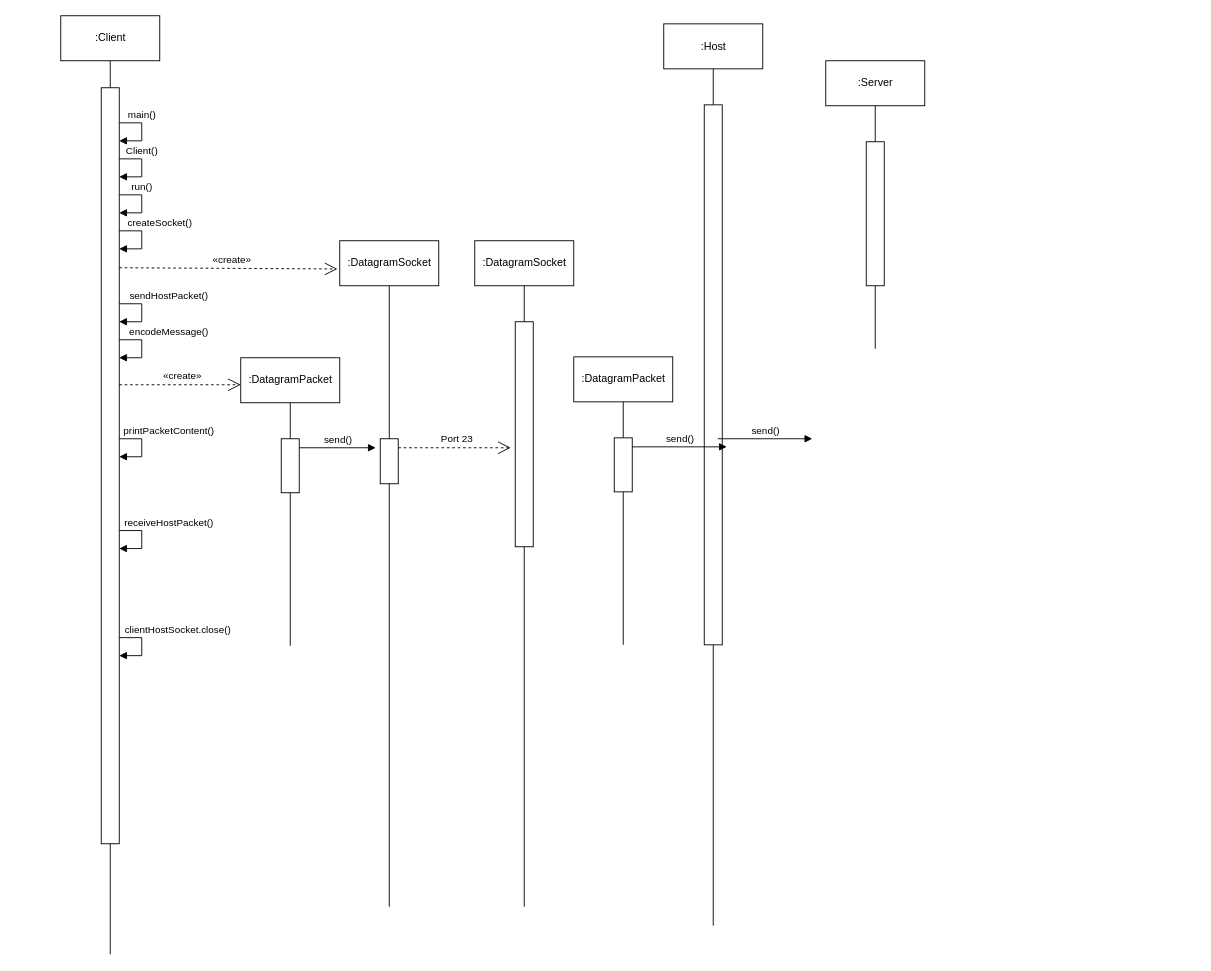
Above: page "UML-sequence" (2 of 2) of UML-A2.drawio in trong0dn/Client-Intermediate-Server (draw.io), before the change. Source tidied: cells renumbered, new cells numbered last; positions are measured from the earlier drawing's top-left corner, leaving out a move shared by most shapes. Both pictures are drawn from the tidied source at 90%, with x=0, y=0 at pixel (60, 15).
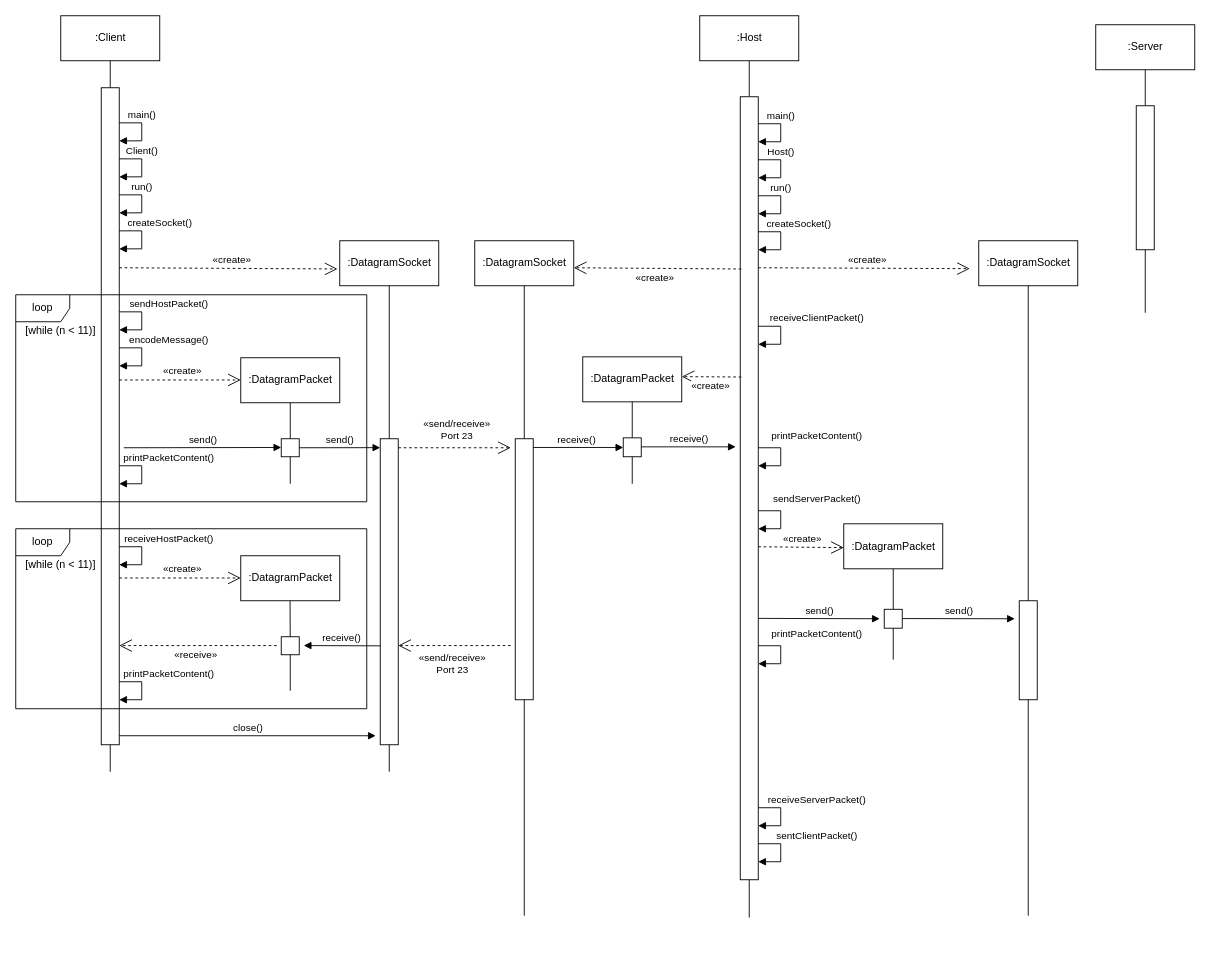
The same page after the edit.

The edit, as a diff of the source:
```diff
@@
     <mxCell id="4" style="rounded=0;whiteSpace=wrap;html=1;" parent="1" vertex="1">
-      <mxGeometry x="45" y="80" width="20" height="840" as="geometry" />
+      <mxGeometry x="45" y="80" width="20" height="730" as="geometry" />
     </mxCell>
     <mxCell id="5" style="endArrow=none;html=1;rounded=0;" parent="1" edge="1" source="4">
       <mxGeometry relative="1" as="geometry">
-        <mxPoint x="55" y="1042.8" as="targetPoint" />
+        <mxPoint x="55" y="840" as="targetPoint" />
       </mxGeometry>
     </mxCell>
@@
     <mxCell id="8" style="rounded=0;whiteSpace=wrap;html=1;" parent="1" vertex="1">
-      <mxGeometry x="355" y="470" width="20" height="50" as="geometry" />
+      <mxGeometry x="355" y="470" width="20" height="340" as="geometry" />
     </mxCell>
     <mxCell id="9" style="endArrow=none;html=1;rounded=0;" parent="1" edge="1" source="8">
       <mxGeometry relative="1" as="geometry">
-        <mxPoint x="365" y="990" as="targetPoint" />
+        <mxPoint x="365" y="840" as="targetPoint" />
       </mxGeometry>
     </mxCell>
     <mxCell id="10" value=":Server" style="html=1;" parent="1" vertex="1">
-      <mxGeometry x="850" y="50" width="110" height="50" as="geometry" />
+      <mxGeometry x="1150" y="10" width="110" height="50" as="geometry" />
     </mxCell>
@@
     <mxCell id="12" style="rounded=0;whiteSpace=wrap;html=1;" parent="1" vertex="1">
-      <mxGeometry x="895" y="140" width="20" height="160" as="geometry" />
+      <mxGeometry x="1195" y="100" width="20" height="160" as="geometry" />
     </mxCell>
     <mxCell id="13" style="endArrow=none;html=1;rounded=0;" parent="1" edge="1" source="12">
       <mxGeometry relative="1" as="geometry">
-        <mxPoint x="905" y="370" as="targetPoint" />
+        <mxPoint x="1205" y="330" as="targetPoint" />
       </mxGeometry>
     </mxCell>
@@
     <mxCell id="18" value="sendHostPacket()" style="html=1;verticalAlign=bottom;endArrow=block;rounded=0;" parent="1" edge="1">
       <mxGeometry x="-0.29" y="30" relative="1" as="geometry">
-        <mxPoint x="65" y="320" as="sourcePoint" />
-        <mxPoint x="65" y="340" as="targetPoint" />
+        <mxPoint x="65" y="329" as="sourcePoint" />
+        <mxPoint x="65" y="349" as="targetPoint" />
         <Array as="points">
-          <mxPoint x="90" y="320" />
-          <mxPoint x="90" y="340" />
+          <mxPoint x="90" y="329" />
+          <mxPoint x="90" y="349" />
         </Array>
       </mxGeometry>
     </mxCell>
     <mxCell id="19" value="receiveHostPacket()" style="html=1;verticalAlign=bottom;endArrow=block;rounded=0;" parent="1" edge="1">
       <mxGeometry x="-0.29" y="30" relative="1" as="geometry">
-        <mxPoint x="65" y="572" as="sourcePoint" />
-        <mxPoint x="65" y="592" as="targetPoint" />
+        <mxPoint x="65" y="590" as="sourcePoint" />
+        <mxPoint x="65" y="610" as="targetPoint" />
         <Array as="points">
-          <mxPoint x="90" y="572" />
-          <mxPoint x="90" y="592" />
+          <mxPoint x="90" y="590" />
+          <mxPoint x="90" y="610" />
         </Array>
       </mxGeometry>
     </mxCell>
-    <mxCell id="20" value="clientHostSocket.close()" style="html=1;verticalAlign=bottom;endArrow=block;rounded=0;" parent="1" edge="1">
-      <mxGeometry x="-0.29" y="40" relative="1" as="geometry">
-        <mxPoint x="65" y="691" as="sourcePoint" />
-        <mxPoint x="65" y="711" as="targetPoint" />
-        <Array as="points">
-          <mxPoint x="90" y="691" />
-          <mxPoint x="90" y="711" />
-        </Array>
-      </mxGeometry>
-    </mxCell>
     <mxCell id="21" value="encodeMessage()" style="html=1;verticalAlign=bottom;endArrow=block;rounded=0;" parent="1" edge="1">
       <mxGeometry x="-0.29" y="30" relative="1" as="geometry">
-        <mxPoint x="65" y="360" as="sourcePoint" />
-        <mxPoint x="65" y="380" as="targetPoint" />
+        <mxPoint x="65" y="369" as="sourcePoint" />
+        <mxPoint x="65" y="389" as="targetPoint" />
         <Array as="points">
-          <mxPoint x="90" y="360" />
-          <mxPoint x="90" y="380" />
+          <mxPoint x="90" y="369" />
+          <mxPoint x="90" y="389" />
         </Array>
       </mxGeometry>
     </mxCell>
     <mxCell id="22" value=":Host" style="html=1;" parent="1" vertex="1">
-      <mxGeometry x="670" y="9" width="110" height="50" as="geometry" />
+      <mxGeometry x="710" width="110" height="50" as="geometry" />
     </mxCell>
@@
     <mxCell id="24" style="rounded=0;whiteSpace=wrap;html=1;" parent="1" vertex="1">
-      <mxGeometry x="715" y="99" width="20" height="600" as="geometry" />
+      <mxGeometry x="755" y="90" width="20" height="870" as="geometry" />
     </mxCell>
     <mxCell id="25" style="endArrow=none;html=1;rounded=0;" parent="1" edge="1" source="24">
       <mxGeometry relative="1" as="geometry">
-        <mxPoint x="725" y="1011" as="targetPoint" />
+        <mxPoint x="765" y="1002" as="targetPoint" />
       </mxGeometry>
     </mxCell>
@@
     <mxCell id="29" style="rounded=0;whiteSpace=wrap;html=1;" parent="1" vertex="1">
-      <mxGeometry x="245" y="470" width="20" height="60" as="geometry" />
+      <mxGeometry x="245" y="470" width="20" height="20" as="geometry" />
     </mxCell>
     <mxCell id="30" style="endArrow=none;html=1;rounded=0;" parent="1" edge="1" source="29">
       <mxGeometry relative="1" as="geometry">
-        <mxPoint x="255" y="700" as="targetPoint" />
+        <mxPoint x="255" y="520" as="targetPoint" />
       </mxGeometry>
     </mxCell>
     <mxCell id="31" value="«create»" style="endArrow=open;endSize=12;dashed=1;html=1;rounded=0;" parent="1" edge="1">
       <mxGeometry x="0.03" y="10" relative="1" as="geometry">
-        <mxPoint x="65" y="410" as="sourcePoint" />
-        <mxPoint x="200" y="410" as="targetPoint" />
+        <mxPoint x="65" y="404.7" as="sourcePoint" />
+        <mxPoint x="200" y="404.7" as="targetPoint" />
       </mxGeometry>
     </mxCell>
-    <mxCell id="32" value="send()" style="html=1;verticalAlign=bottom;endArrow=block;rounded=0;" parent="1" edge="1">
+    <mxCell id="32" value="send()" style="html=1;verticalAlign=bottom;endArrow=block;rounded=0;exitX=1;exitY=0.5;exitDx=0;exitDy=0;" parent="1" edge="1" source="29">
       <mxGeometry relative="1" as="geometry">
-        <mxPoint x="265" y="480" as="sourcePoint" />
-        <mxPoint x="350" y="480" as="targetPoint" />
+        <mxPoint x="355" y="479.9" as="targetPoint" />
       </mxGeometry>
     </mxCell>
     <mxCell id="33" value="printPacketContent()" style="html=1;verticalAlign=bottom;endArrow=block;rounded=0;" parent="1" edge="1">
       <mxGeometry x="-0.29" y="30" relative="1" as="geometry">
-        <mxPoint x="65" y="470" as="sourcePoint" />
-        <mxPoint x="65" y="490" as="targetPoint" />
+        <mxPoint x="65" y="500" as="sourcePoint" />
+        <mxPoint x="65" y="520" as="targetPoint" />
         <Array as="points">
-          <mxPoint x="90" y="470" />
-          <mxPoint x="90" y="490" />
+          <mxPoint x="90" y="500" />
+          <mxPoint x="90" y="520" />
         </Array>
       </mxGeometry>
     </mxCell>
-    <mxCell id="34" value="send()" style="html=1;verticalAlign=bottom;endArrow=block;rounded=0;" parent="1" edge="1">
+    <mxCell id="34" value="receive()" style="html=1;verticalAlign=bottom;endArrow=block;rounded=0;" parent="1" edge="1">
       <mxGeometry relative="1" as="geometry">
-        <mxPoint x="730" y="470" as="sourcePoint" />
-        <mxPoint x="835" y="470" as="targetPoint" />
+        <mxPoint x="520" y="479.7" as="sourcePoint" />
+        <mxPoint x="625" y="479.7" as="targetPoint" />
       </mxGeometry>
     </mxCell>
@@
     <mxCell id="36" style="rounded=0;whiteSpace=wrap;html=1;" parent="1" vertex="1">
-      <mxGeometry x="505" y="340" width="20" height="250" as="geometry" />
+      <mxGeometry x="505" y="470" width="20" height="290" as="geometry" />
     </mxCell>
     <mxCell id="37" style="endArrow=none;html=1;rounded=0;" parent="1" edge="1" source="36">
       <mxGeometry relative="1" as="geometry">
-        <mxPoint x="515" y="990" as="targetPoint" />
+        <mxPoint x="515" y="1000" as="targetPoint" />
       </mxGeometry>
     </mxCell>
@@
     <mxCell id="39" value=":DatagramPacket" style="html=1;" parent="1" vertex="1">
-      <mxGeometry x="570" y="379" width="110" height="50" as="geometry" />
+      <mxGeometry x="580" y="379" width="110" height="50" as="geometry" />
     </mxCell>
@@
     <mxCell id="41" style="rounded=0;whiteSpace=wrap;html=1;" parent="1" vertex="1">
-      <mxGeometry x="615" y="469" width="20" height="60" as="geometry" />
+      <mxGeometry x="625" y="469" width="20" height="21" as="geometry" />
     </mxCell>
     <mxCell id="42" style="endArrow=none;html=1;rounded=0;" parent="1" edge="1" source="41">
       <mxGeometry relative="1" as="geometry">
-        <mxPoint x="625" y="699" as="targetPoint" />
+        <mxPoint x="635" y="520" as="targetPoint" />
       </mxGeometry>
     </mxCell>
-    <mxCell id="43" value="send()" style="html=1;verticalAlign=bottom;endArrow=block;rounded=0;" parent="1" edge="1">
+    <mxCell id="43" value="receive()" style="html=1;verticalAlign=bottom;endArrow=block;rounded=0;" parent="1" edge="1">
       <mxGeometry relative="1" as="geometry">
-        <mxPoint x="635" y="479" as="sourcePoint" />
-        <mxPoint x="740" y="479" as="targetPoint" />
+        <mxPoint x="645" y="479" as="sourcePoint" />
+        <mxPoint x="750" y="479" as="targetPoint" />
       </mxGeometry>
     </mxCell>
-    <mxCell id="44" value="Port 23" style="endArrow=open;endSize=12;dashed=1;html=1;rounded=0;" parent="1" edge="1">
-      <mxGeometry x="0.04" y="10" relative="1" as="geometry">
+    <mxCell id="44" value="«send/receive»&lt;br&gt;Port 23" style="endArrow=open;endSize=12;dashed=1;html=1;rounded=0;" parent="1" edge="1">
+      <mxGeometry x="0.04" y="20" relative="1" as="geometry">
         <mxPoint x="375" y="480" as="sourcePoint" />
         <mxPoint x="500" y="480" as="targetPoint" />
       </mxGeometry>
     </mxCell>
+    <mxCell id="45" value="«send/receive»&lt;br&gt;Port 23" style="endArrow=open;endSize=12;dashed=1;html=1;rounded=0;" parent="1" edge="1">
+      <mxGeometry x="0.04" y="20" relative="1" as="geometry">
+        <mxPoint x="500" y="699.8" as="sourcePoint" />
+        <mxPoint x="375" y="699.8" as="targetPoint" />
+      </mxGeometry>
+    </mxCell>
+    <mxCell id="46" style="rounded=0;whiteSpace=wrap;html=1;" parent="1" vertex="1">
+      <mxGeometry x="245" y="690" width="20" height="20" as="geometry" />
+    </mxCell>
+    <mxCell id="47" style="endArrow=none;html=1;rounded=0;" parent="1" edge="1" source="46">
+      <mxGeometry relative="1" as="geometry">
+        <mxPoint x="255" y="750" as="targetPoint" />
+      </mxGeometry>
+    </mxCell>
+    <mxCell id="48" value="receive()" style="html=1;verticalAlign=bottom;endArrow=block;rounded=0;" parent="1" edge="1">
+      <mxGeometry relative="1" as="geometry">
+        <mxPoint x="355" y="700.1" as="sourcePoint" />
+        <mxPoint x="270" y="699.8" as="targetPoint" />
+      </mxGeometry>
+    </mxCell>
+    <mxCell id="49" value="«receive»" style="endArrow=open;endSize=12;dashed=1;html=1;rounded=0;" parent="1" edge="1">
+      <mxGeometry x="0.03" y="10" relative="1" as="geometry">
+        <mxPoint x="240" y="699.8" as="sourcePoint" />
+        <mxPoint x="65" y="699.8" as="targetPoint" />
+      </mxGeometry>
+    </mxCell>
+    <mxCell id="50" value="printPacketContent()" style="html=1;verticalAlign=bottom;endArrow=block;rounded=0;" parent="1" edge="1">
+      <mxGeometry x="-0.29" y="30" relative="1" as="geometry">
+        <mxPoint x="65" y="740" as="sourcePoint" />
+        <mxPoint x="65" y="760" as="targetPoint" />
+        <Array as="points">
+          <mxPoint x="90" y="740" />
+          <mxPoint x="90" y="760" />
+        </Array>
+      </mxGeometry>
+    </mxCell>
+    <mxCell id="51" value="loop" style="shape=umlFrame;whiteSpace=wrap;html=1;" parent="1" vertex="1">
+      <mxGeometry x="-50" y="310" width="390" height="230" as="geometry" />
+    </mxCell>
+    <mxCell id="52" value="send()" style="html=1;verticalAlign=bottom;endArrow=block;rounded=0;" parent="1" edge="1">
+      <mxGeometry relative="1" as="geometry">
+        <mxPoint x="70" y="480" as="sourcePoint" />
+        <mxPoint x="245" y="479.7" as="targetPoint" />
+      </mxGeometry>
+    </mxCell>
+    <mxCell id="53" value="[while (n &amp;lt; 11)]" style="text;html=1;strokeColor=none;fillColor=none;align=center;verticalAlign=middle;whiteSpace=wrap;rounded=0;" parent="1" vertex="1">
+      <mxGeometry x="-45" y="335" width="90" height="30" as="geometry" />
+    </mxCell>
+    <mxCell id="54" value="loop" style="shape=umlFrame;whiteSpace=wrap;html=1;" parent="1" vertex="1">
+      <mxGeometry x="-50" y="570" width="390" height="200" as="geometry" />
+    </mxCell>
+    <mxCell id="55" value="[while (n &amp;lt; 11)]" style="text;html=1;strokeColor=none;fillColor=none;align=center;verticalAlign=middle;whiteSpace=wrap;rounded=0;" parent="1" vertex="1">
+      <mxGeometry x="-45" y="595" width="90" height="30" as="geometry" />
+    </mxCell>
+    <mxCell id="56" value=":DatagramPacket" style="html=1;" parent="1" vertex="1">
+      <mxGeometry x="200" y="600" width="110" height="50" as="geometry" />
+    </mxCell>
+    <mxCell id="57" value="«create»" style="endArrow=open;endSize=12;dashed=1;html=1;rounded=0;" parent="1" edge="1">
+      <mxGeometry x="0.03" y="10" relative="1" as="geometry">
+        <mxPoint x="65" y="624.7" as="sourcePoint" />
+        <mxPoint x="200" y="624.7" as="targetPoint" />
+      </mxGeometry>
+    </mxCell>
+    <mxCell id="58" style="endArrow=none;html=1;rounded=0;" parent="1" edge="1" source="46">
+      <mxGeometry relative="1" as="geometry">
+        <mxPoint x="254.8" y="650" as="targetPoint" />
+      </mxGeometry>
+    </mxCell>
+    <mxCell id="59" value="close()" style="html=1;verticalAlign=bottom;endArrow=block;rounded=0;" parent="1" edge="1">
+      <mxGeometry relative="1" as="geometry">
+        <mxPoint x="65" y="800" as="sourcePoint" />
+        <mxPoint x="350" y="800" as="targetPoint" />
+      </mxGeometry>
+    </mxCell>
+    <mxCell id="60" value="main()" style="html=1;verticalAlign=bottom;endArrow=block;rounded=0;" parent="1" edge="1">
+      <mxGeometry x="-0.29" relative="1" as="geometry">
+        <mxPoint x="775" y="120" as="sourcePoint" />
+        <mxPoint x="775" y="140" as="targetPoint" />
+        <Array as="points">
+          <mxPoint x="800" y="120" />
+          <mxPoint x="800" y="140" />
+        </Array>
+      </mxGeometry>
+    </mxCell>
+    <mxCell id="61" value="Host()" style="html=1;verticalAlign=bottom;endArrow=block;rounded=0;" parent="1" edge="1">
+      <mxGeometry x="-0.29" relative="1" as="geometry">
+        <mxPoint x="775" y="160" as="sourcePoint" />
+        <mxPoint x="775" y="180" as="targetPoint" />
+        <Array as="points">
+          <mxPoint x="800" y="160" />
+          <mxPoint x="800" y="180" />
+        </Array>
+      </mxGeometry>
+    </mxCell>
+    <mxCell id="62" value="run()" style="html=1;verticalAlign=bottom;endArrow=block;rounded=0;" parent="1" edge="1">
+      <mxGeometry x="-0.28" relative="1" as="geometry">
+        <mxPoint x="775" y="200" as="sourcePoint" />
+        <mxPoint x="775" y="220" as="targetPoint" />
+        <Array as="points">
+          <mxPoint x="800" y="200" />
+          <mxPoint x="800" y="220" />
+        </Array>
+      </mxGeometry>
+    </mxCell>
+    <mxCell id="63" value="createSocket()" style="html=1;verticalAlign=bottom;endArrow=block;rounded=0;" parent="1" edge="1">
+      <mxGeometry x="-0.29" y="20" relative="1" as="geometry">
+        <mxPoint x="775" y="240" as="sourcePoint" />
+        <mxPoint x="775" y="260" as="targetPoint" />
+        <Array as="points">
+          <mxPoint x="800" y="240" />
+          <mxPoint x="800" y="260" />
+        </Array>
+      </mxGeometry>
+    </mxCell>
+    <mxCell id="64" value="«create»" style="endArrow=open;endSize=12;dashed=1;html=1;rounded=0;" parent="1" edge="1">
+      <mxGeometry x="0.03" y="10" relative="1" as="geometry">
+        <mxPoint x="756.2" y="281.4" as="sourcePoint" />
+        <mxPoint x="570" y="280" as="targetPoint" />
+      </mxGeometry>
+    </mxCell>
+    <mxCell id="65" value="receiveClientPacket()" style="html=1;verticalAlign=bottom;endArrow=block;rounded=0;" parent="1" edge="1">
+      <mxGeometry x="-0.29" y="40" relative="1" as="geometry">
+        <mxPoint x="775" y="345" as="sourcePoint" />
+        <mxPoint x="775" y="365" as="targetPoint" />
+        <Array as="points">
+          <mxPoint x="800" y="345" />
+          <mxPoint x="800" y="365" />
+        </Array>
+      </mxGeometry>
+    </mxCell>
+    <mxCell id="66" value="sendServerPacket()" style="html=1;verticalAlign=bottom;endArrow=block;rounded=0;" parent="1" edge="1">
+      <mxGeometry x="-0.29" y="40" relative="1" as="geometry">
+        <mxPoint x="775" y="550" as="sourcePoint" />
+        <mxPoint x="775" y="570" as="targetPoint" />
+        <Array as="points">
+          <mxPoint x="800" y="550" />
+          <mxPoint x="800" y="570" />
+        </Array>
+        <mxPoint y="-4" as="offset" />
+      </mxGeometry>
+    </mxCell>
+    <mxCell id="67" value="receiveServerPacket()" style="html=1;verticalAlign=bottom;endArrow=block;rounded=0;" parent="1" edge="1">
+      <mxGeometry x="-0.29" y="40" relative="1" as="geometry">
+        <mxPoint x="775" y="880" as="sourcePoint" />
+        <mxPoint x="775" y="900" as="targetPoint" />
+        <Array as="points">
+          <mxPoint x="800" y="880" />
+          <mxPoint x="800" y="900" />
+        </Array>
+      </mxGeometry>
+    </mxCell>
+    <mxCell id="68" value="sentClientPacket()" style="html=1;verticalAlign=bottom;endArrow=block;rounded=0;" parent="1" edge="1">
+      <mxGeometry x="-0.29" y="40" relative="1" as="geometry">
+        <mxPoint x="775" y="920" as="sourcePoint" />
+        <mxPoint x="775" y="940" as="targetPoint" />
+        <Array as="points">
+          <mxPoint x="800" y="920" />
+          <mxPoint x="800" y="940" />
+        </Array>
+      </mxGeometry>
+    </mxCell>
+    <mxCell id="69" value=":DatagramSocket" style="html=1;" parent="1" vertex="1">
+      <mxGeometry x="1020" y="250" width="110" height="50" as="geometry" />
+    </mxCell>
+    <mxCell id="70" style="rounded=0;whiteSpace=wrap;html=1;" parent="1" vertex="1">
+      <mxGeometry x="1065" y="650" width="20" height="110" as="geometry" />
+    </mxCell>
+    <mxCell id="71" style="endArrow=none;html=1;rounded=0;" parent="1" edge="1" source="70">
+      <mxGeometry relative="1" as="geometry">
+        <mxPoint x="1075" y="1000" as="targetPoint" />
+      </mxGeometry>
+    </mxCell>
+    <mxCell id="72" style="endArrow=none;html=1;rounded=0;" parent="1" edge="1" source="70" target="69">
+      <mxGeometry relative="1" as="geometry" />
+    </mxCell>
+    <mxCell id="73" value="«create»" style="endArrow=open;endSize=12;dashed=1;html=1;rounded=0;" parent="1" edge="1">
+      <mxGeometry x="0.03" y="10" relative="1" as="geometry">
+        <mxPoint x="775" y="280" as="sourcePoint" />
+        <mxPoint x="1010" y="281" as="targetPoint" />
+      </mxGeometry>
+    </mxCell>
+    <mxCell id="74" value="«create»" style="endArrow=open;endSize=12;dashed=1;html=1;rounded=0;" parent="1" edge="1">
+      <mxGeometry x="0.03" y="10" relative="1" as="geometry">
+        <mxPoint x="756.2" y="401.4" as="sourcePoint" />
+        <mxPoint x="690" y="401" as="targetPoint" />
+      </mxGeometry>
+    </mxCell>
+    <mxCell id="75" value="printPacketContent()" style="html=1;verticalAlign=bottom;endArrow=block;rounded=0;" parent="1" edge="1">
+      <mxGeometry x="-0.29" y="40" relative="1" as="geometry">
+        <mxPoint x="775" y="480" as="sourcePoint" />
+        <mxPoint x="775" y="500" as="targetPoint" />
+        <Array as="points">
+          <mxPoint x="800" y="480" />
+          <mxPoint x="800" y="500" />
+        </Array>
+        <mxPoint y="-4" as="offset" />
+      </mxGeometry>
+    </mxCell>
+    <mxCell id="76" value=":DatagramPacket" style="html=1;" parent="1" vertex="1">
+      <mxGeometry x="870" y="564.5" width="110" height="50" as="geometry" />
+    </mxCell>
+    <mxCell id="77" style="endArrow=none;html=1;rounded=0;" parent="1" edge="1" source="78" target="76">
+      <mxGeometry relative="1" as="geometry" />
+    </mxCell>
+    <mxCell id="78" style="rounded=0;whiteSpace=wrap;html=1;" parent="1" vertex="1">
+      <mxGeometry x="915" y="659.5" width="20" height="21" as="geometry" />
+    </mxCell>
+    <mxCell id="79" style="endArrow=none;html=1;rounded=0;" parent="1" edge="1" source="78">
+      <mxGeometry relative="1" as="geometry">
+        <mxPoint x="925" y="715.5" as="targetPoint" />
+      </mxGeometry>
+    </mxCell>
+    <mxCell id="80" value="«create»" style="endArrow=open;endSize=12;dashed=1;html=1;rounded=0;" parent="1" edge="1">
+      <mxGeometry x="0.03" y="10" relative="1" as="geometry">
+        <mxPoint x="775" y="590" as="sourcePoint" />
+        <mxPoint x="870" y="591" as="targetPoint" />
+      </mxGeometry>
+    </mxCell>
+    <mxCell id="81" value="send()" style="html=1;verticalAlign=bottom;endArrow=block;rounded=0;" parent="1" edge="1">
+      <mxGeometry relative="1" as="geometry">
+        <mxPoint x="775" y="669.6" as="sourcePoint" />
+        <mxPoint x="910" y="670" as="targetPoint" />
+      </mxGeometry>
+    </mxCell>
+    <mxCell id="82" value="send()" style="html=1;verticalAlign=bottom;endArrow=block;rounded=0;" parent="1" edge="1">
+      <mxGeometry relative="1" as="geometry">
+        <mxPoint x="935" y="669.8" as="sourcePoint" />
+        <mxPoint x="1060" y="670" as="targetPoint" />
+      </mxGeometry>
+    </mxCell>
+    <mxCell id="83" value="printPacketContent()" style="html=1;verticalAlign=bottom;endArrow=block;rounded=0;" parent="1" edge="1">
+      <mxGeometry x="-0.29" y="40" relative="1" as="geometry">
+        <mxPoint x="775" y="700" as="sourcePoint" />
+        <mxPoint x="775" y="720" as="targetPoint" />
+        <Array as="points">
+          <mxPoint x="800" y="700" />
+          <mxPoint x="800" y="720" />
+        </Array>
+        <mxPoint y="-4" as="offset" />
+      </mxGeometry>
+    </mxCell>
```
